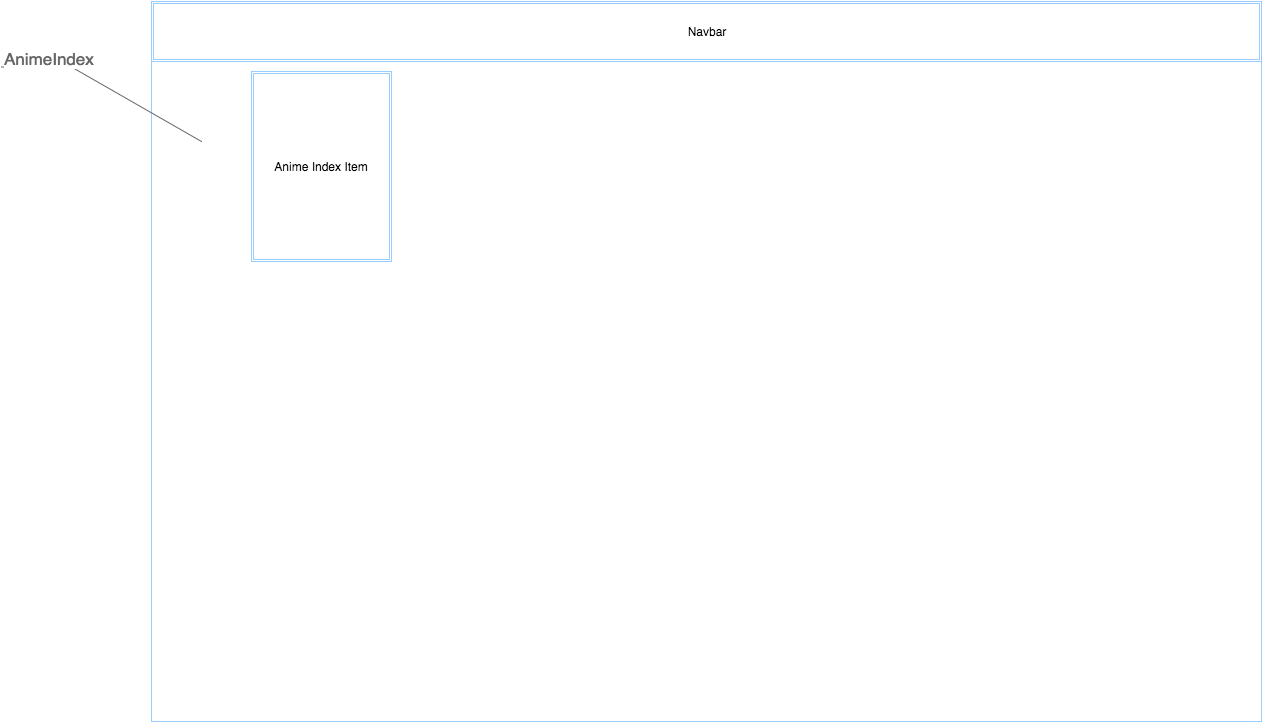
Above: docs/wireframes/Anime Index.png in ygu93/GoodAnimes (draw.io), before the change. Source tidied: cells renumbered, new cells last; positions are measured from the earlier drawing's top-left corner, leaving out a move shared by most shapes.
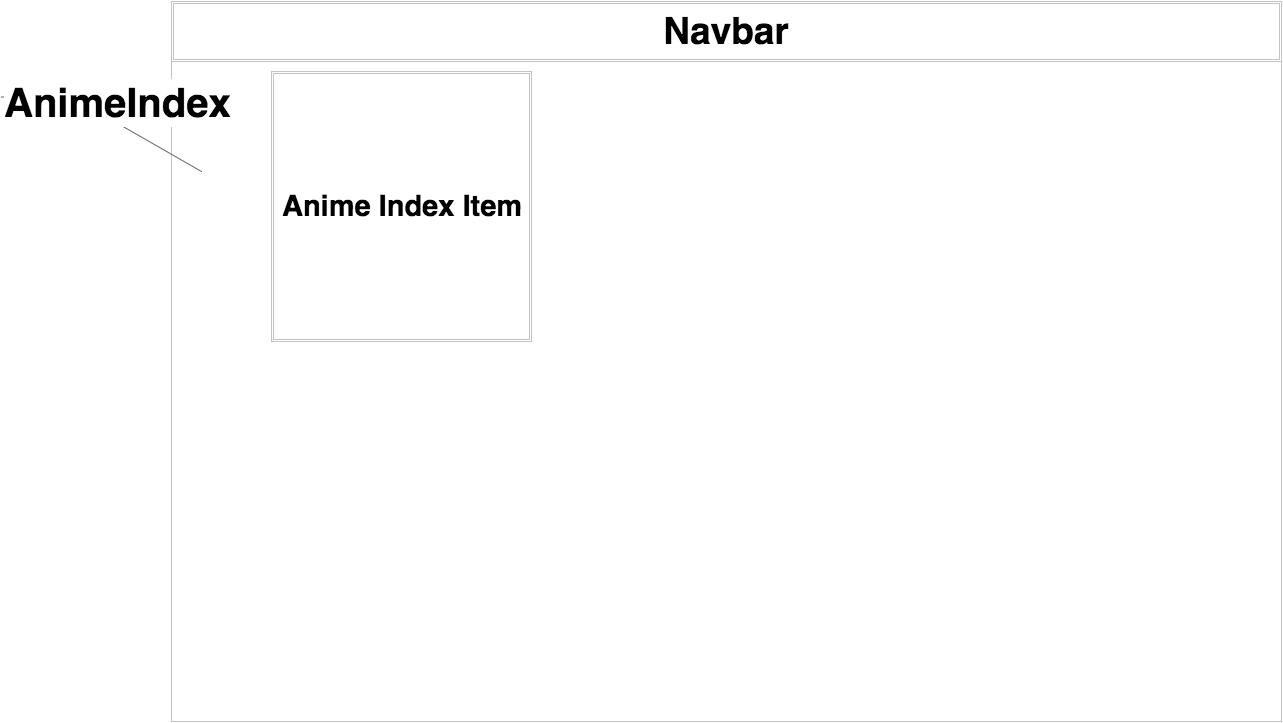
The same diagram one commit later.

Diff of the diagram source:
```diff
@@ -5,13 +5,13 @@
     <mxCell id="2" style="whiteSpace=wrap;html=1;labelBackgroundColor=#FFFFFF;strokeColor=#99CCFF;fillColor=#FFFFFF;fontColor=#000000;" parent="1" vertex="1">
       <mxGeometry x="150" width="1110" height="720" as="geometry" />
     </mxCell>
-    <mxCell id="3" value="AnimeIndex" style="strokeWidth=1;shadow=0;dashed=0;align=center;html=1;shape=mxgraph.mockup.text.callout;linkText=;textSize=17;textColor=#666666;callDir=NW;callStyle=line;fontSize=17;fontColor=#666666;align=left;verticalAlign=top;strokeColor=#666666;labelBackgroundColor=#FFFFFF;fillColor=#FFFFFF;" parent="1" vertex="1">
-      <mxGeometry y="40" width="200" height="100" as="geometry" />
+    <mxCell id="3" value="AnimeIndex" style="strokeWidth=1;shadow=0;dashed=0;align=center;html=1;shape=mxgraph.mockup.text.callout;linkText=;textSize=17;textColor=#666666;callDir=NW;callStyle=line;fontSize=40;fontColor=#000000;align=left;verticalAlign=top;strokeColor=#666666;labelBackgroundColor=#FFFFFF;fillColor=#FFFFFF;fontStyle=1;" parent="1" vertex="1">
+      <mxGeometry x="-20" y="70" width="200" height="100" as="geometry" />
     </mxCell>
-    <mxCell id="4" value="Anime Index Item&lt;br&gt;" style="shape=ext;double=1;whiteSpace=wrap;html=1;labelBackgroundColor=#FFFFFF;strokeColor=#99CCFF;fillColor=#FFFFFF;fontColor=#000000;" parent="1" vertex="1">
-      <mxGeometry x="250" y="70" width="140" height="190" as="geometry" />
+    <mxCell id="4" value="Anime Index Item&lt;br&gt;" style="shape=ext;double=1;whiteSpace=wrap;html=1;labelBackgroundColor=#FFFFFF;strokeColor=#99CCFF;fillColor=#FFFFFF;fontColor=#000000;fontStyle=1;fontSize=29;" parent="1" vertex="1">
+      <mxGeometry x="250" y="70" width="260" height="270" as="geometry" />
     </mxCell>
-    <mxCell id="5" value="Navbar" style="shape=ext;double=1;whiteSpace=wrap;html=1;labelBackgroundColor=#FFFFFF;strokeColor=#99CCFF;fillColor=#FFFFFF;fontColor=#000000;" parent="1" vertex="1">
+    <mxCell id="5" value="Navbar" style="shape=ext;double=1;whiteSpace=wrap;html=1;labelBackgroundColor=#FFFFFF;strokeColor=#99CCFF;fillColor=#FFFFFF;fontColor=#000000;fontSize=37;fontStyle=1;" parent="1" vertex="1">
       <mxGeometry x="150" width="1110" height="60" as="geometry" />
     </mxCell>
   </root>
```
